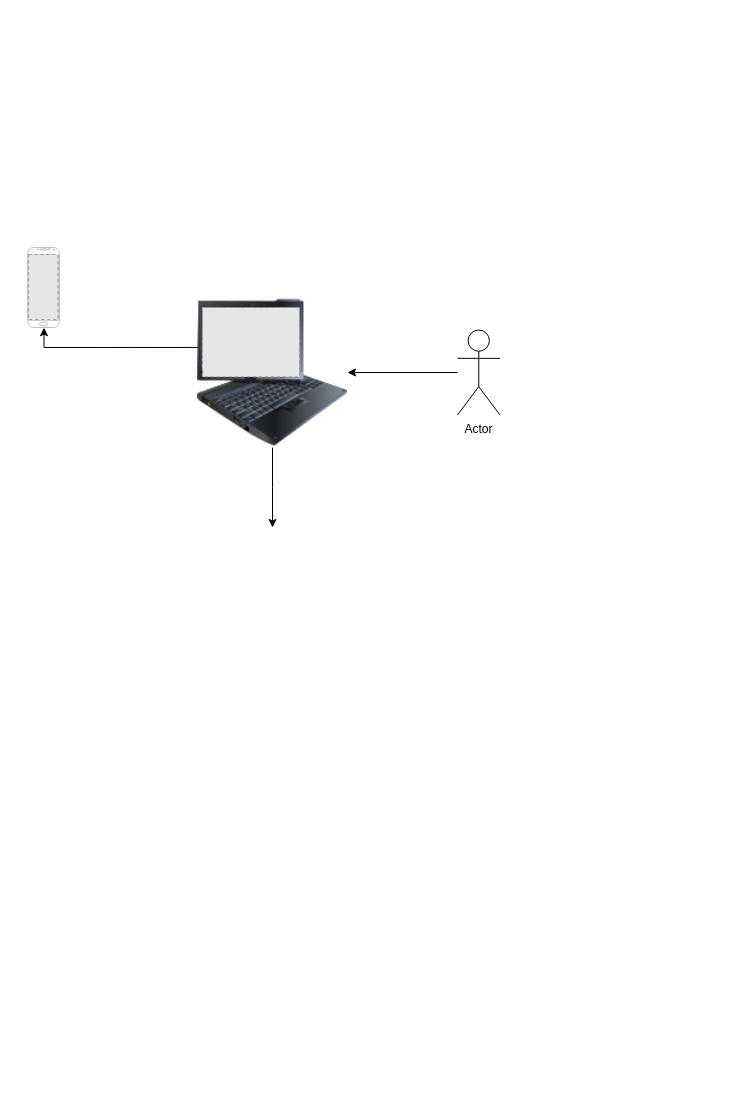
Above: zhuanli.drawio in cadi2015/drawIO (draw.io), before the change. Source tidied: cells renumbered, new cells numbered last; positions are measured from the earlier drawing's top-left corner, leaving out a move shared by most shapes. Both pictures are drawn from the tidied source at 100%, with x=0, y=0 at pixel (27, 17). Pictures stored in the file or linked from it are replaced by grey dashed boxes.
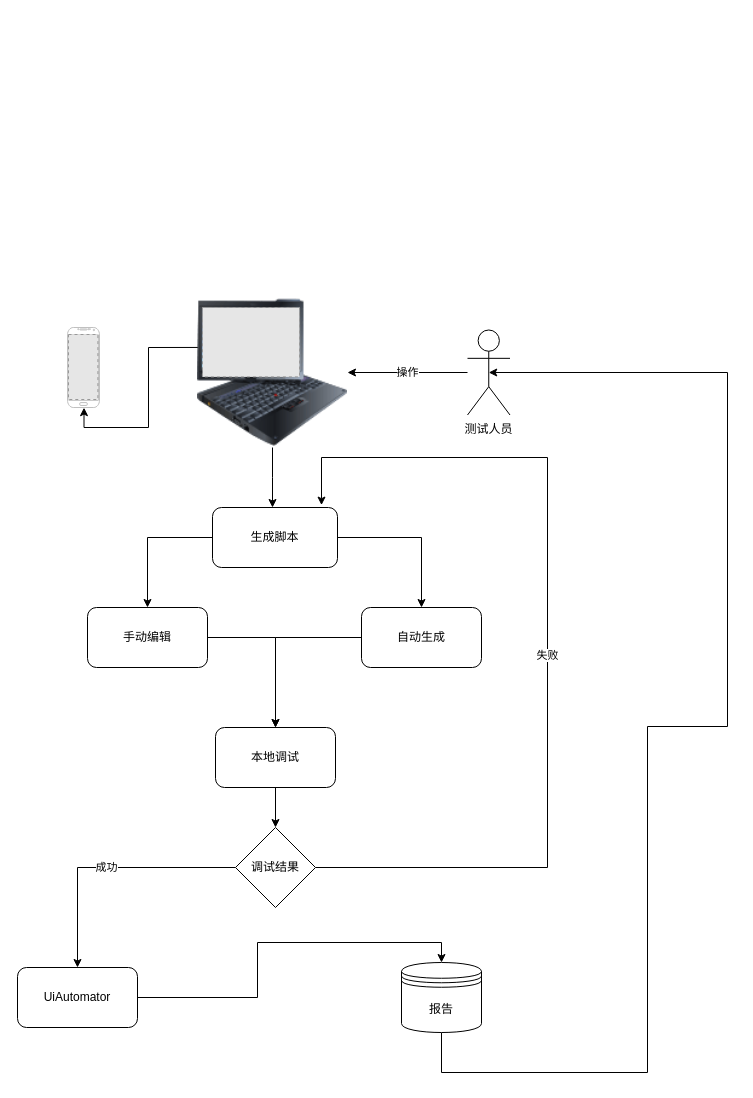
Above is the later version.

Unchanged cells that the change refers to:
```xml
<mxCell id="10" style="image;html=1;image=img/lib/clip_art/computers/IBM_Tablet_128x128.png;" parent="1" vertex="1">
  <mxGeometry x="170" y="280" width="150" height="150" as="geometry" />
</mxCell>
```

What changed in the source:
```diff
@@
-    <mxCell id="2" style="edgeStyle=orthogonalEdgeStyle;rounded=0;jettySize=auto;html=1;" parent="1" edge="1" source="3" target="10">
+    <mxCell id="2" value="操作" style="edgeStyle=orthogonalEdgeStyle;rounded=0;jettySize=auto;html=1;" parent="1" edge="1" source="3" target="10">
       <mxGeometry relative="1" as="geometry" />
     </mxCell>
-    <mxCell id="3" value="Actor" style="shape=umlActor;verticalLabelPosition=bottom;verticalAlign=top;html=1;outlineConnect=0;" parent="1" vertex="1">
-      <mxGeometry x="430" y="312.5" width="42.5" height="85" as="geometry" />
+    <mxCell id="3" value="测试人员" style="shape=umlActor;verticalLabelPosition=bottom;verticalAlign=top;html=1;outlineConnect=0;" parent="1" vertex="1">
+      <mxGeometry x="440" y="312.5" width="42.5" height="85" as="geometry" />
     </mxCell>
     <mxCell id="4" style="group;" parent="1" vertex="1">
-      <mxGeometry width="79.9" height="200" as="geometry" />
+      <mxGeometry x="40" y="80" width="79.9" height="200" as="geometry" />
     </mxCell>
@@
-    <mxCell id="9" style="edgeStyle=orthogonalEdgeStyle;rounded=0;jettySize=auto;html=1;" parent="1" edge="1" source="10">
-      <mxGeometry relative="1" as="geometry">
-        <mxPoint x="245" y="510" as="targetPoint" />
-      </mxGeometry>
-    </mxCell>
+    <mxCell id="12" style="edgeStyle=orthogonalEdgeStyle;rounded=0;jettySize=auto;html=1;" parent="1" edge="1" source="10">
+      <mxGeometry relative="1" as="geometry">
+        <mxPoint x="245" y="490" as="targetPoint" />
+      </mxGeometry>
+    </mxCell>
@@
+    <mxCell id="13" style="edgeStyle=orthogonalEdgeStyle;rounded=0;jettySize=auto;html=1;" parent="1" edge="1" source="15" target="17">
+      <mxGeometry relative="1" as="geometry" />
+    </mxCell>
+    <mxCell id="14" style="edgeStyle=orthogonalEdgeStyle;rounded=0;jettySize=auto;html=1;" parent="1" edge="1" source="15" target="19">
+      <mxGeometry relative="1" as="geometry" />
+    </mxCell>
+    <mxCell id="15" value="生成脚本" style="rounded=1;whiteSpace=wrap;html=1;" parent="1" vertex="1">
+      <mxGeometry x="185" y="490" width="125" height="60" as="geometry" />
+    </mxCell>
+    <mxCell id="16" style="edgeStyle=orthogonalEdgeStyle;rounded=0;jettySize=auto;html=1;" parent="1" edge="1" source="17" target="21">
+      <mxGeometry relative="1" as="geometry" />
+    </mxCell>
+    <mxCell id="17" value="手动编辑" style="rounded=1;whiteSpace=wrap;html=1;" parent="1" vertex="1">
+      <mxGeometry x="60" y="590" width="120" height="60" as="geometry" />
+    </mxCell>
+    <mxCell id="18" style="edgeStyle=orthogonalEdgeStyle;rounded=0;jettySize=auto;html=1;" parent="1" edge="1" source="19" target="21">
+      <mxGeometry relative="1" as="geometry" />
+    </mxCell>
+    <mxCell id="19" value="自动生成" style="rounded=1;whiteSpace=wrap;html=1;" parent="1" vertex="1">
+      <mxGeometry x="334" y="590" width="120" height="60" as="geometry" />
+    </mxCell>
+    <mxCell id="20" style="edgeStyle=orthogonalEdgeStyle;rounded=0;jettySize=auto;html=1;entryX=0.5;entryY=0;entryDx=0;entryDy=0;" parent="1" edge="1" source="21" target="24">
+      <mxGeometry relative="1" as="geometry" />
+    </mxCell>
+    <mxCell id="21" value="本地调试" style="rounded=1;whiteSpace=wrap;html=1;" parent="1" vertex="1">
+      <mxGeometry x="188" y="710" width="120" height="60" as="geometry" />
+    </mxCell>
+    <mxCell id="22" value="成功" style="edgeStyle=orthogonalEdgeStyle;rounded=0;jettySize=auto;html=1;entryX=0.5;entryY=0;entryDx=0;entryDy=0;" parent="1" edge="1" source="24" target="26">
+      <mxGeometry relative="1" as="geometry" />
+    </mxCell>
+    <mxCell id="23" value="失败" style="edgeStyle=orthogonalEdgeStyle;rounded=0;jettySize=auto;html=1;entryX=0.872;entryY=-0.04;entryDx=0;entryDy=0;entryPerimeter=0;" parent="1" edge="1" source="24" target="15">
+      <mxGeometry x="-0.03" relative="1" as="geometry">
+        <Array as="points">
+          <mxPoint x="520" y="850" />
+          <mxPoint x="520" y="440" />
+          <mxPoint x="294" y="440" />
+        </Array>
+      </mxGeometry>
+    </mxCell>
+    <mxCell id="24" value="调试结果" style="rhombus;whiteSpace=wrap;html=1;" parent="1" vertex="1">
+      <mxGeometry x="208" y="810" width="80" height="80" as="geometry" />
+    </mxCell>
+    <mxCell id="25" style="edgeStyle=orthogonalEdgeStyle;rounded=0;jettySize=auto;html=1;entryX=0.5;entryY=0;entryDx=0;entryDy=0;" parent="1" edge="1" source="26" target="28">
+      <mxGeometry relative="1" as="geometry">
+        <Array as="points">
+          <mxPoint x="230" y="980" />
+          <mxPoint x="230" y="925" />
+          <mxPoint x="414" y="925" />
+        </Array>
+      </mxGeometry>
+    </mxCell>
+    <mxCell id="26" value="UiAutomator" style="rounded=1;whiteSpace=wrap;html=1;" parent="1" vertex="1">
+      <mxGeometry x="-10" y="950" width="120" height="60" as="geometry" />
+    </mxCell>
+    <mxCell id="27" style="edgeStyle=orthogonalEdgeStyle;rounded=0;jettySize=auto;html=1;entryX=0.5;entryY=0.5;entryDx=0;entryDy=0;entryPerimeter=0;" parent="1" edge="1" source="28" target="3">
+      <mxGeometry relative="1" as="geometry">
+        <Array as="points">
+          <mxPoint x="414" y="1055" />
+          <mxPoint x="620" y="1055" />
+          <mxPoint x="620" y="709" />
+          <mxPoint x="700" y="709" />
+          <mxPoint x="700" y="355" />
+        </Array>
+      </mxGeometry>
+    </mxCell>
+    <mxCell id="28" value="报告" style="shape=datastore;whiteSpace=wrap;html=1;" parent="1" vertex="1">
+      <mxGeometry x="374" y="945" width="80" height="70" as="geometry" />
+    </mxCell>
```
